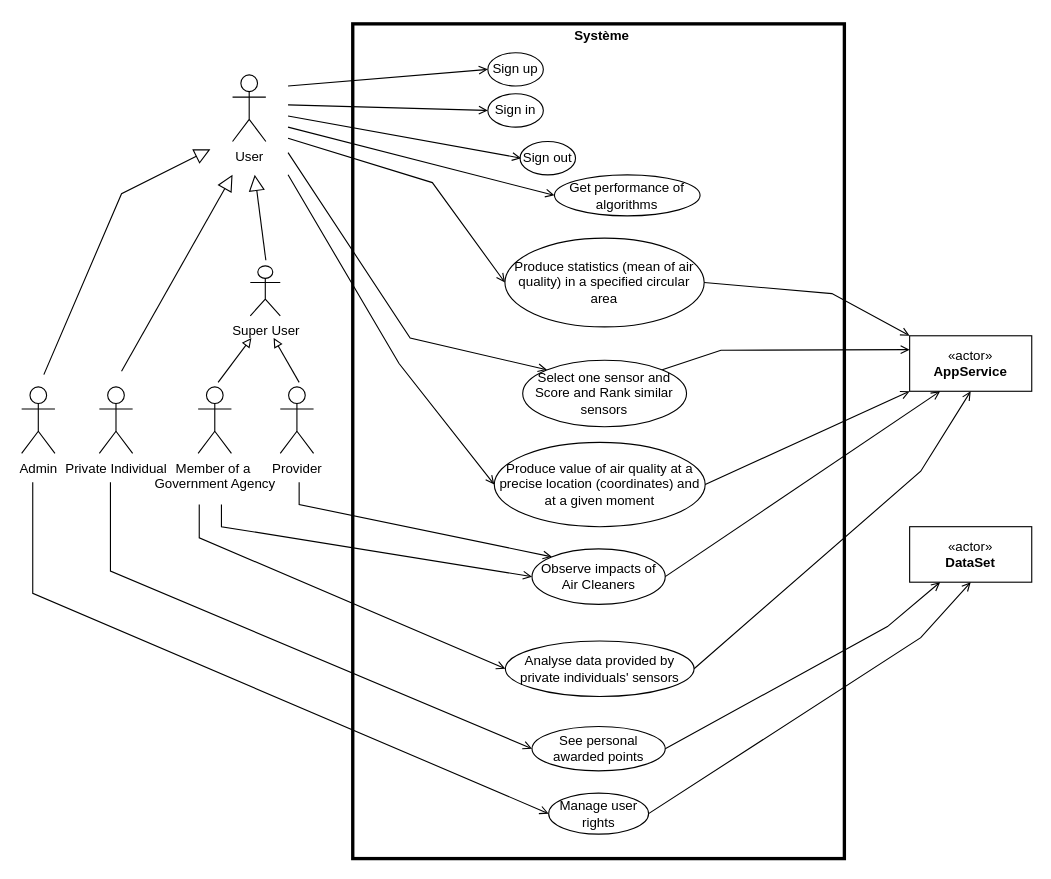
Earlier version of the draw.io diagram UML stuff/useCaseUML.drawio (NourJadiri/AirWatcher). Source tidied: cells renumbered, new cells numbered last; positions are measured from the earlier drawing's top-left corner, leaving out a move shared by most shapes. Both pictures are drawn from the tidied source at 111%, with x=0, y=0 at pixel (21, 19).
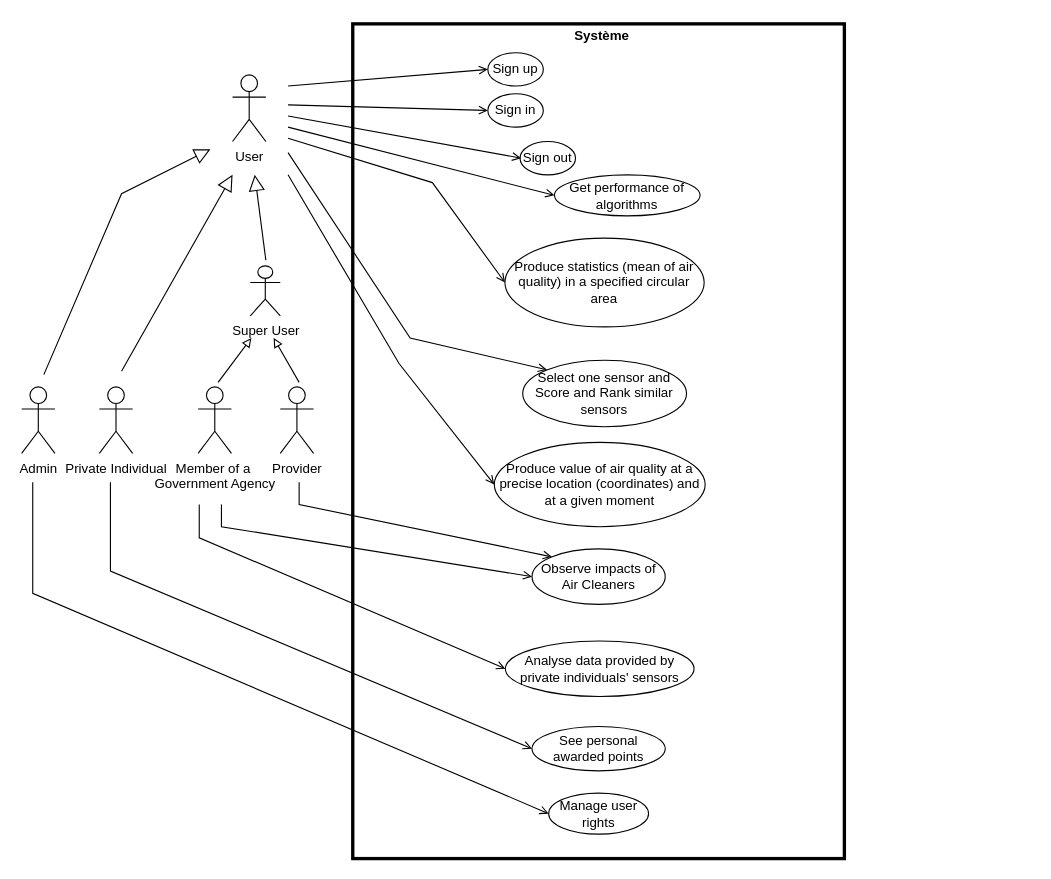
The same diagram, later.

Commit message:
Mettre à jour useCaseUML.drawio

The change refers to these unchanged cells:
```xml
<mxCell id="9" value="Produce value of air quality at a precise location (coordinates) and at a given moment" style="ellipse;whiteSpace=wrap;html=1;" parent="1" vertex="1">
  <mxGeometry x="425.8" y="381" width="190" height="76" as="geometry" />
</mxCell>
<mxCell id="10" value="Observe impacts of Air Cleaners" style="ellipse;whiteSpace=wrap;html=1;" parent="1" vertex="1">
  <mxGeometry x="459.8" y="477" width="120" height="50" as="geometry" />
</mxCell>
<mxCell id="11" value="Select one sensor and Score and Rank similar sensors" style="ellipse;whiteSpace=wrap;html=1;" parent="1" vertex="1">
  <mxGeometry x="451.4" y="307" width="147.6" height="60" as="geometry" />
</mxCell>
<mxCell id="12" value="See personal awarded points" style="ellipse;whiteSpace=wrap;html=1;" parent="1" vertex="1">
  <mxGeometry x="459.8" y="637" width="120" height="40" as="geometry" />
</mxCell>
<mxCell id="13" value="Analyse data provided by private individuals' sensors" style="ellipse;whiteSpace=wrap;html=1;" parent="1" vertex="1">
  <mxGeometry x="435.8" y="560" width="170" height="50" as="geometry" />
</mxCell>
<mxCell id="29" value="Produce statistics (mean of air quality) in a specified circular area" style="ellipse;whiteSpace=wrap;html=1;" parent="1" vertex="1">
  <mxGeometry x="435.4" y="197" width="179.5" height="80" as="geometry" />
</mxCell>
<mxCell id="36" value="Manage user rights" style="ellipse;whiteSpace=wrap;html=1;" parent="1" vertex="1">
  <mxGeometry x="474.8" y="697" width="90" height="37" as="geometry" />
</mxCell>
```

Change to the diagram source:
```diff
@@
-    <mxCell id="2" value="«actor»&lt;br&gt;&lt;b&gt;AppService&lt;/b&gt;" style="html=1;whiteSpace=wrap;" parent="1" vertex="1">
-      <mxGeometry x="800" y="285" width="110" height="50" as="geometry" />
-    </mxCell>
@@
-    <mxCell id="22" style="endArrow=open;html=1;rounded=0;entryX=0;entryY=1;entryDx=0;entryDy=0;endFill=0;exitX=1;exitY=0.5;exitDx=0;exitDy=0;" parent="1" edge="1" source="9" target="2">
-      <mxGeometry relative="1" as="geometry" />
-    </mxCell>
@@
-    <mxCell id="26" style="endArrow=open;html=1;rounded=0;entryX=0.25;entryY=1;entryDx=0;entryDy=0;endFill=0;exitX=1;exitY=0.5;exitDx=0;exitDy=0;" parent="1" edge="1" source="10" target="2">
-      <mxGeometry relative="1" as="geometry" />
-    </mxCell>
-    <mxCell id="27" style="endArrow=open;html=1;rounded=0;entryX=0.5;entryY=1;entryDx=0;entryDy=0;endFill=0;exitX=1;exitY=0.5;exitDx=0;exitDy=0;" parent="1" edge="1" source="13" target="2">
-      <mxGeometry relative="1" as="geometry">
-        <Array as="points">
-          <mxPoint x="810" y="407" />
-        </Array>
-      </mxGeometry>
-    </mxCell>
-    <mxCell id="28" style="endArrow=open;html=1;rounded=0;endFill=0;exitX=1;exitY=0;exitDx=0;exitDy=0;entryX=0;entryY=0.25;entryDx=0;entryDy=0;" parent="1" edge="1" source="11" target="2">
-      <mxGeometry relative="1" as="geometry">
-        <Array as="points">
-          <mxPoint x="630" y="298" />
-        </Array>
-      </mxGeometry>
-    </mxCell>
@@
-    <mxCell id="31" style="endArrow=open;html=1;rounded=0;endFill=0;exitX=1;exitY=0.5;exitDx=0;exitDy=0;entryX=0;entryY=0;entryDx=0;entryDy=0;" parent="1" edge="1" source="29" target="2">
-      <mxGeometry relative="1" as="geometry">
-        <Array as="points">
-          <mxPoint x="730" y="247" />
-        </Array>
-      </mxGeometry>
-    </mxCell>
@@
-    <mxCell id="44" value="«actor»&lt;br&gt;&lt;b&gt;DataSet&lt;/b&gt;" style="html=1;whiteSpace=wrap;" parent="1" vertex="1">
-      <mxGeometry x="800" y="457" width="110" height="50" as="geometry" />
-    </mxCell>
-    <mxCell id="45" style="endArrow=open;html=1;rounded=0;entryX=0.5;entryY=1;entryDx=0;entryDy=0;endFill=0;exitX=1;exitY=0.5;exitDx=0;exitDy=0;" parent="1" edge="1" source="36" target="44">
-      <mxGeometry relative="1" as="geometry">
-        <Array as="points">
-          <mxPoint x="810" y="557" />
-        </Array>
-      </mxGeometry>
-    </mxCell>
-    <mxCell id="46" style="endArrow=open;html=1;rounded=0;entryX=0.25;entryY=1;entryDx=0;entryDy=0;endFill=0;exitX=1;exitY=0.5;exitDx=0;exitDy=0;" parent="1" edge="1" source="12" target="44">
-      <mxGeometry relative="1" as="geometry">
-        <Array as="points">
-          <mxPoint x="780" y="547" />
-        </Array>
-      </mxGeometry>
-    </mxCell>
```
